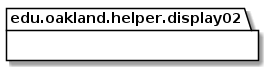
Above: docs/uml-class-diagrams/display02/helper/Display02HelperPackage_Closure.png in andrewdimmer/csi-3370-software-project (PlantUML), before the change. The source it was exported from:
```plantuml
@startuml Display02HelperPackage_Closure

package edu.oakland.helper.display02 {

}

@enduml
```
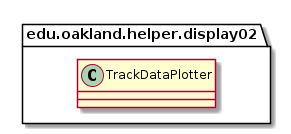
Above is the later version.

What changed in the source:
```diff
@@ -4,4 +4,18 @@
 
 }
 
+
+
+package edu.oakland.helper.display02 {
+    class TrackDataPlotter {
+
+    }
+}
+
+
+
+
+
+
+
 @enduml
```
